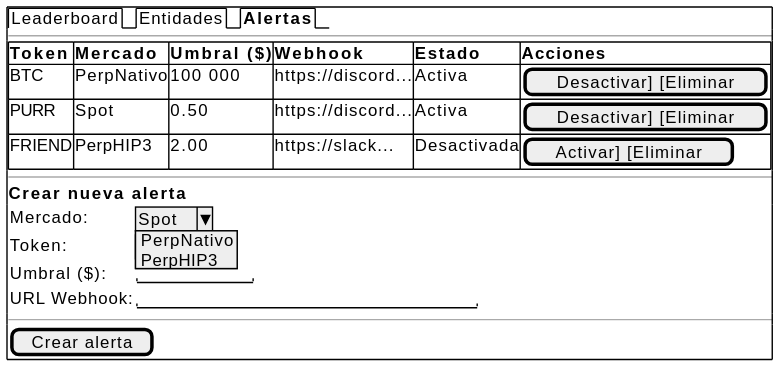
The PlantUML diagram imagenes/capitulo2/prototipo-alertas.svg in nekiiiiis/tfg, before a commit.
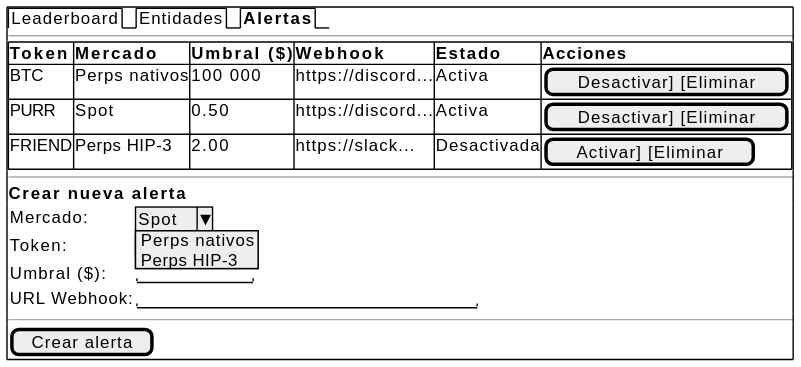
After the change.

Change to the diagram source:
```diff
@@ -4,14 +4,14 @@
   ---
   {#
     <b>Token | <b>Mercado    | <b>Umbral ($) | <b>Webhook          | <b>Estado      | <b>Acciones
-    BTC   | PerpNativo  | 100 000      | https://discord...  | Activa        | [Desactivar] [Eliminar]
-    PURR  | Spot        | 0.50         | https://discord...  | Activa        | [Desactivar] [Eliminar]
-    FRIEND| PerpHIP3    | 2.00         | https://slack...    | Desactivada   | [Activar] [Eliminar]
+    BTC   | Perps nativos | 100 000    | https://discord...  | Activa        | [Desactivar] [Eliminar]
+    PURR  | Spot          | 0.50       | https://discord...  | Activa        | [Desactivar] [Eliminar]
+    FRIEND| Perps HIP-3   | 2.00       | https://slack...    | Desactivada   | [Activar] [Eliminar]
   }
   ---
   <b>Crear nueva alerta
   {
-    Mercado:     | ^Spot ^ PerpNativo ^ PerpHIP3^
+    Mercado:     | ^Spot ^ Perps nativos ^ Perps HIP-3^
     Token:       | ^BTC^
     Umbral ($):  | "          "
     URL Webhook: | "                              "
```
